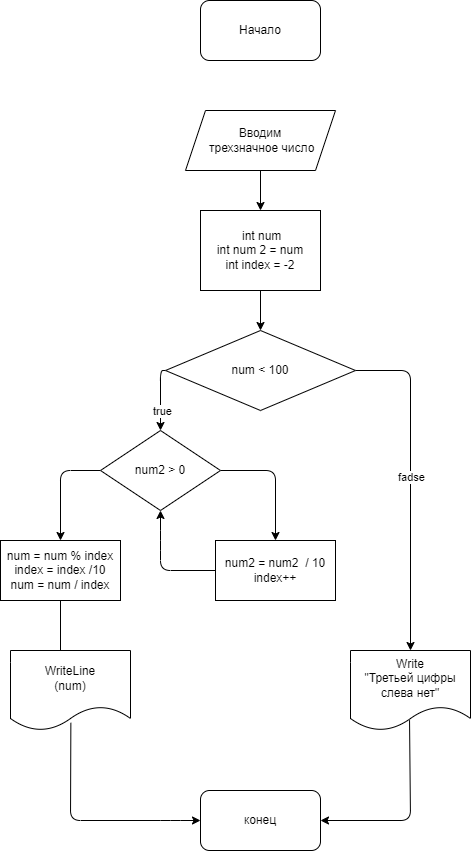
Above: HWork2/Task13/diagram.dravio.png in VladimirVicPar/qwerty1 (draw.io), before the change. Source tidied: cells renumbered, new cells last; positions are measured from the earlier drawing's top-left corner, leaving out a move shared by most shapes.
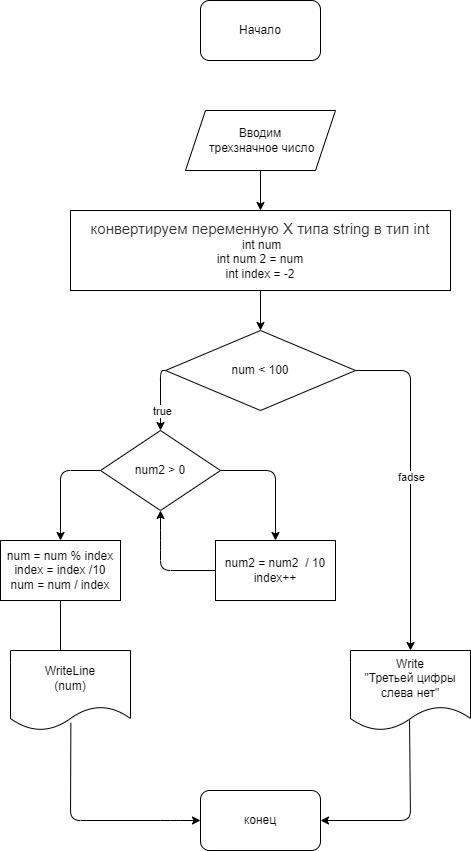
Above is the later version.

The edit, as a diff of the source:
```diff
@@ -14,8 +14,8 @@
     <mxCell id="5" style="edgeStyle=none;html=1;" parent="1" edge="1" source="6" target="11">
       <mxGeometry relative="1" as="geometry" />
     </mxCell>
-    <mxCell id="6" value="&amp;nbsp;int num&lt;br&gt;int num 2 = num&lt;br&gt;int index = -2" style="rounded=0;whiteSpace=wrap;html=1;" parent="1" vertex="1">
-      <mxGeometry x="200" y="210" width="120" height="80" as="geometry" />
+    <mxCell id="6" value="&lt;span style=&quot;color: rgb(44 , 45 , 46) ; font-family: &amp;#34;helvetica&amp;#34; , &amp;#34;arial&amp;#34; , sans-serif ; font-size: 15px ; background-color: rgb(255 , 255 , 255)&quot;&gt;конвертируем переменную X типа string в тип int&lt;br&gt;&lt;/span&gt;&amp;nbsp;int num&lt;br&gt;int num 2 = num&lt;br&gt;int index = -2" style="rounded=0;whiteSpace=wrap;html=1;" parent="1" vertex="1">
+      <mxGeometry x="70" y="210" width="380" height="80" as="geometry" />
     </mxCell>
     <mxCell id="7" style="edgeStyle=none;html=1;entryX=0.5;entryY=0;entryDx=0;entryDy=0;exitX=1;exitY=0.5;exitDx=0;exitDy=0;" parent="1" edge="1" source="11" target="13">
       <mxGeometry relative="1" as="geometry">
```
